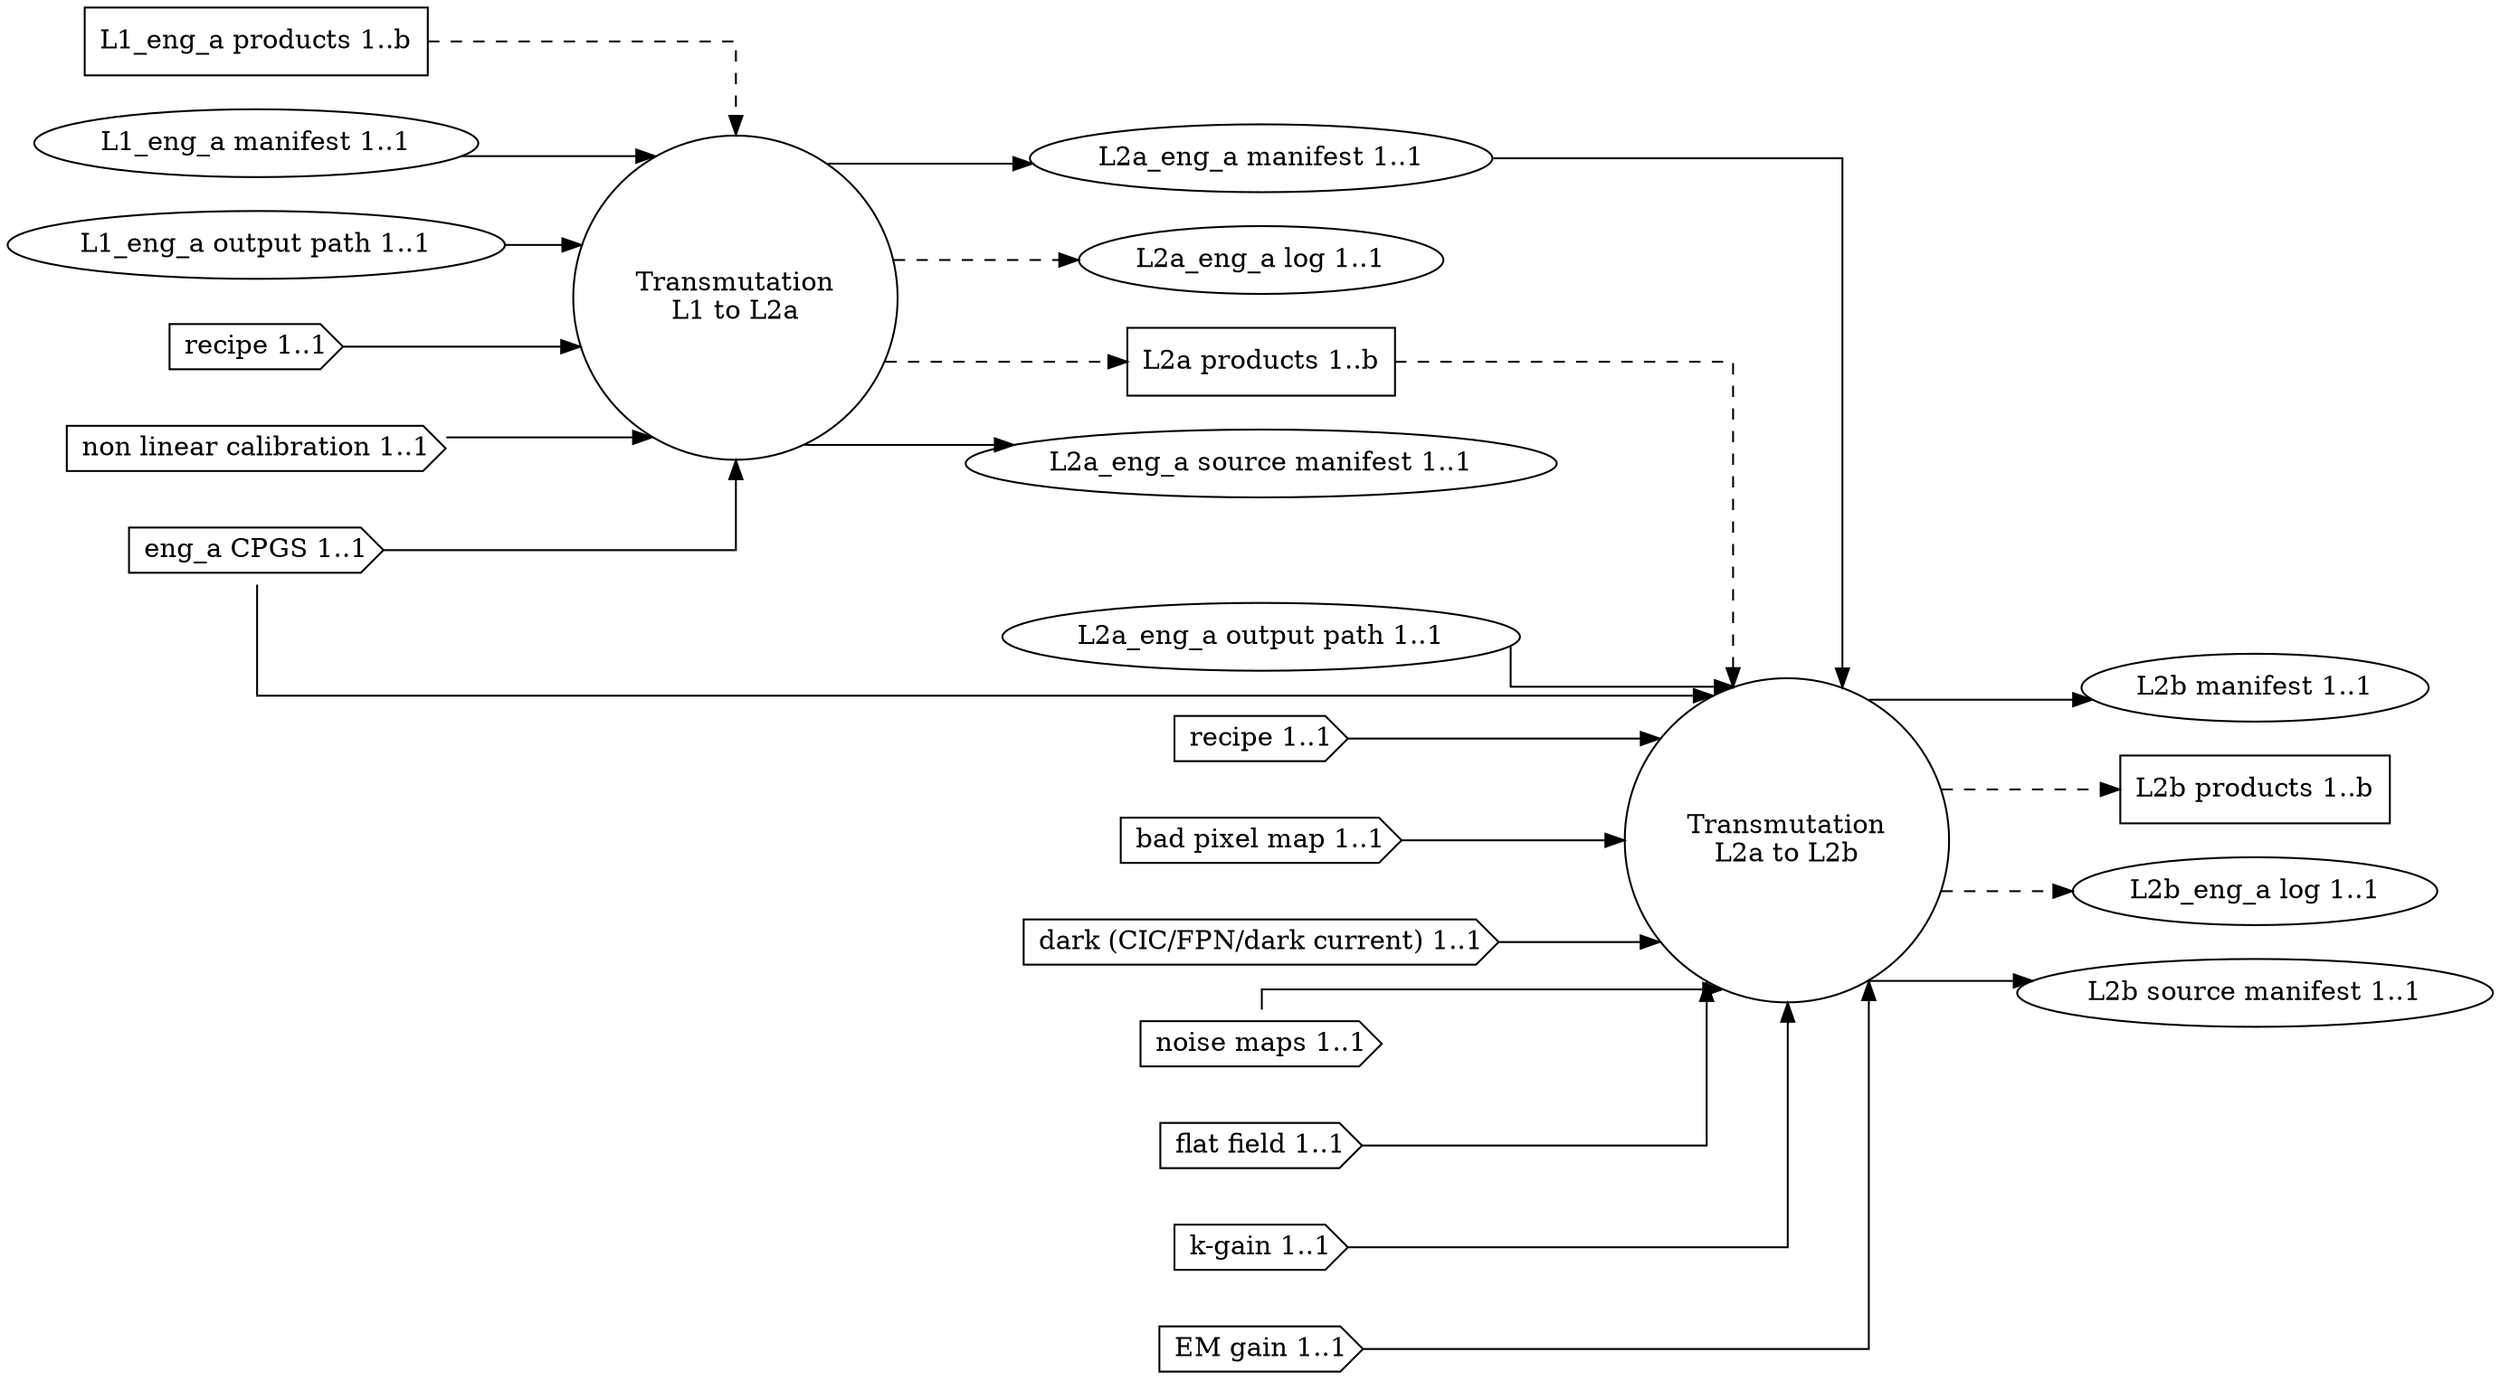
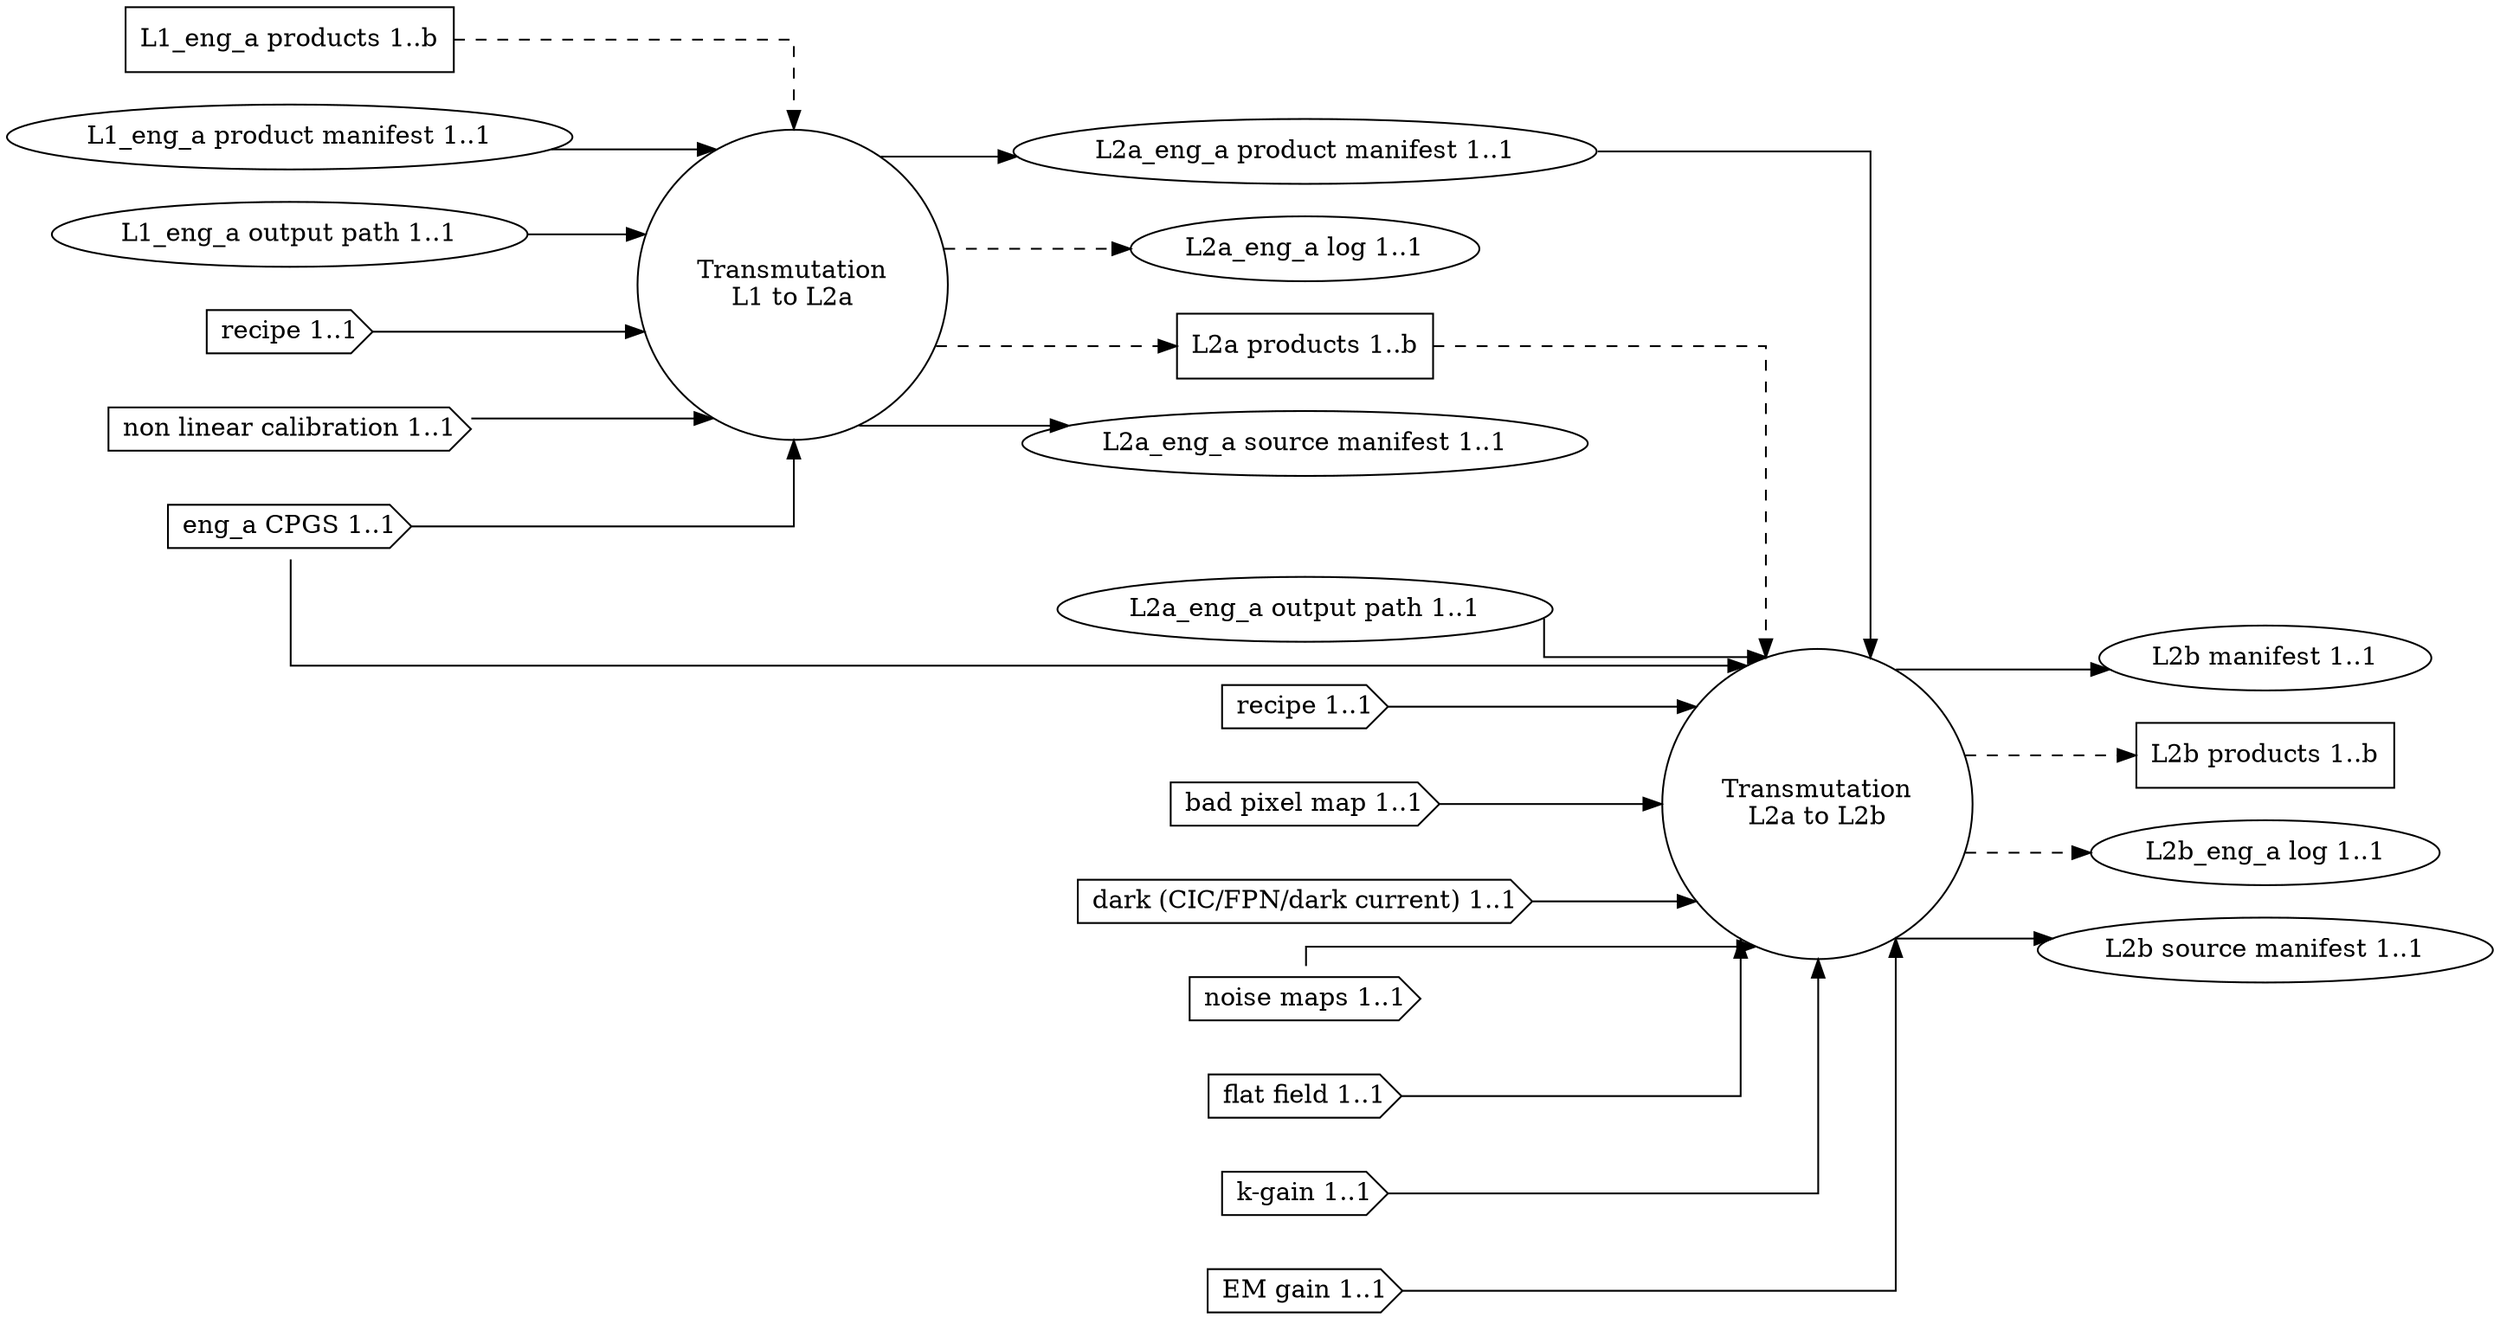
digraph Channel_eng_a_Design {
graph [splines="ortho", rankdir=LR];
trans_eng_a_l1_l2a [label="Transmutation\nL1 to L2a", shape="circle", runname="l1.transmutation_eng_a", runtype="dawgie.Algorithm", fsmtype="dip.base.Runner"];
trans_eng_a_l2a_l2b [label="Transmutation\nL2a to L2b", shape="circle", runname="l2a.transmutation_eng_a", runtype="dawgie.Algorithm", fsmtype="dip.base.Runner"];
l1_eng_a_prod [label="L1_eng_a products 1..b", shape="rectangle"];
- l1_eng_a_man [label="L1_eng_a manifest 1..1", shape="ellipse"];
+ l1_eng_a_man [label="L1_eng_a product manifest 1..1", shape="ellipse"];
eng_a_cpgs [label="eng_a CPGS 1..1", shape="cds"];
l1_eng_a_odir [label="L1_eng_a output path 1..1", shape="ellipse"];
l1_eng_a_rec [label="recipe 1..1", shape="cds"];
l1_eng_a_nln [label="non linear calibration 1..1", shape="cds"];
- l2a_eng_a_man [label="L2a_eng_a manifest 1..1", shape="ellipse", valname="l1.transmutation_eng_a.product.manifest", valtype="dip.base.Manifest"];
+ l2a_eng_a_man [label="L2a_eng_a product manifest 1..1", shape="ellipse", valname="l1.transmutation_eng_a.product.manifest", valtype="dip.base.Manifest"];
l2a_eng_a_log [label="L2a_eng_a log 1..1", shape="ellipse"];
l2a_eng_a_prod [label="L2a products 1..b", shape="rectangle"];
l2a_eng_a_odir [label="L2a_eng_a output path 1..1", shape="ellipse"];
l2a_eng_a_rec [label="recipe 1..1", shape="cds"];
l2a_eng_a_mbpm [label="bad pixel map 1..1", shape="cds"];
l2a_eng_a_dnb [label="dark (CIC/FPN/dark current) 1..1", shape="cds"];
l2a_eng_a_nm [label="noise maps 1..1", shape="cds"];
l2a_eng_a_ff [label="flat field 1..1", shape="cds"];
l2a_eng_a_kgain [label="k-gain 1..1", shape="cds"];
l2a_eng_a_emg [label="EM gain 1..1", shape="cds"];
l2b_eng_a_man [label="L2b manifest 1..1", shape="ellipse", valname="l2a.transmutation_eng_a.product.manifest", valtype="dip.base.Manifest"];
l2b_eng_a_prod [label="L2b products 1..b", shape="rectangle"];
l2b_eng_a_log [label="L2b_eng_a log 1..1", shape="ellipse"];
l1_eng_a_prod -> trans_eng_a_l1_l2a [style="dashed"];
l1_eng_a_man -> trans_eng_a_l1_l2a;
eng_a_cpgs -> trans_eng_a_l1_l2a;
l1_eng_a_odir -> trans_eng_a_l1_l2a;
l1_eng_a_rec -> trans_eng_a_l1_l2a;
l1_eng_a_nln -> trans_eng_a_l1_l2a;
trans_eng_a_l1_l2a -> l2a_eng_a_prod [style="dashed"];
trans_eng_a_l1_l2a -> l2a_eng_a_log [style="dashed"];
trans_eng_a_l1_l2a -> l2a_eng_a_man;
l2a_eng_a_prod -> trans_eng_a_l2a_l2b [style="dashed"];
l2a_eng_a_man -> trans_eng_a_l2a_l2b;
eng_a_cpgs -> trans_eng_a_l2a_l2b;
l2a_eng_a_odir -> trans_eng_a_l2a_l2b;
l2a_eng_a_rec -> trans_eng_a_l2a_l2b;
l2a_eng_a_mbpm -> trans_eng_a_l2a_l2b;
l2a_eng_a_dnb -> trans_eng_a_l2a_l2b;
l2a_eng_a_nm -> trans_eng_a_l2a_l2b;
l2a_eng_a_ff -> trans_eng_a_l2a_l2b;
l2a_eng_a_kgain -> trans_eng_a_l2a_l2b;
l2a_eng_a_emg -> trans_eng_a_l2a_l2b;
trans_eng_a_l2a_l2b -> l2b_eng_a_prod [style="dashed"];
trans_eng_a_l2a_l2b -> l2b_eng_a_log [style="dashed"];
trans_eng_a_l2a_l2b -> l2b_eng_a_man;

l2a_eng_a_src [label="L2a_eng_a source manifest 1..1", shape="ellipse", valname="l1.transmutation_eng_a.source.manifest", valtype="dip.base.Manifest"];
trans_eng_a_l1_l2a -> l2a_eng_a_src;
l2b_eng_a_src [label="L2b source manifest 1..1", shape="ellipse", valname="l2a.transmutation_eng_a.source.manifest", valtype="dip.base.Manifest"];
trans_eng_a_l2a_l2b -> l2b_eng_a_src;
}
